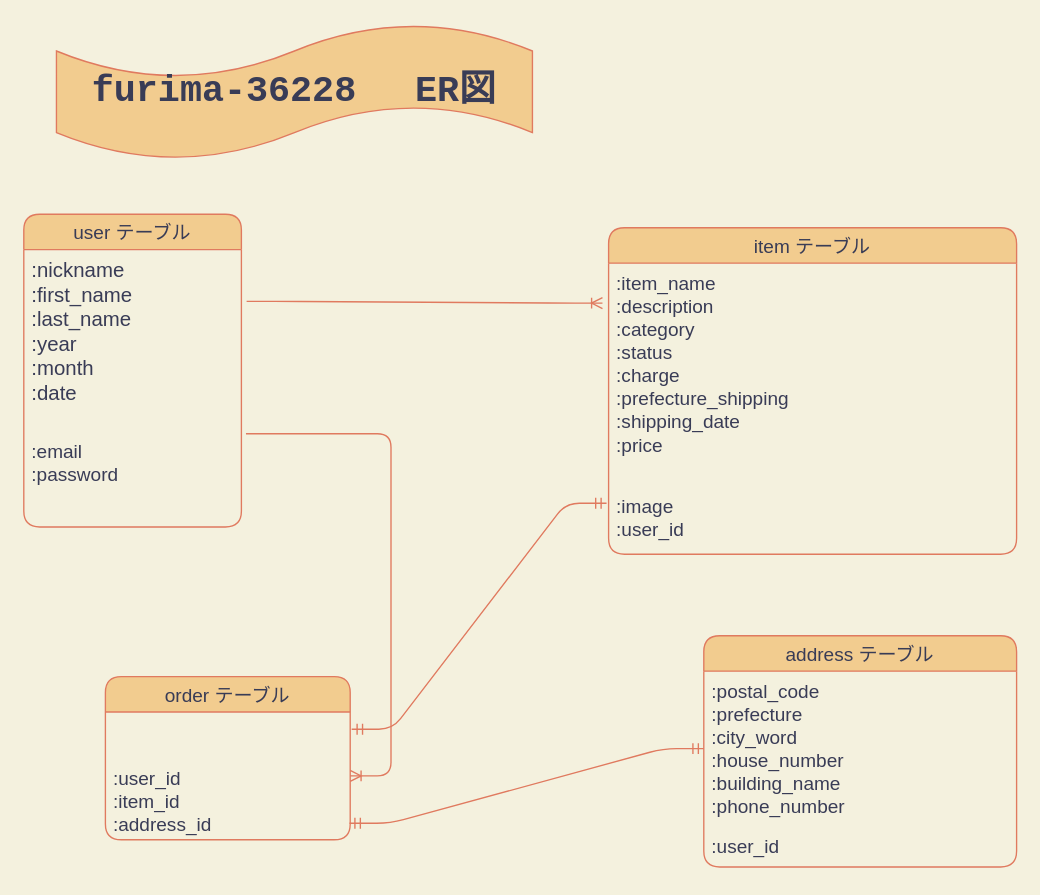
Before: taiki.dio in rubytaiki/furima-36228, a draw.io diagram. Source tidied: cells renumbered, new cells numbered last; positions are measured from the earlier drawing's top-left corner, leaving out a move shared by most shapes. Both pictures are drawn from the tidied source at 136%, with x=0, y=0 at pixel (23, 23).
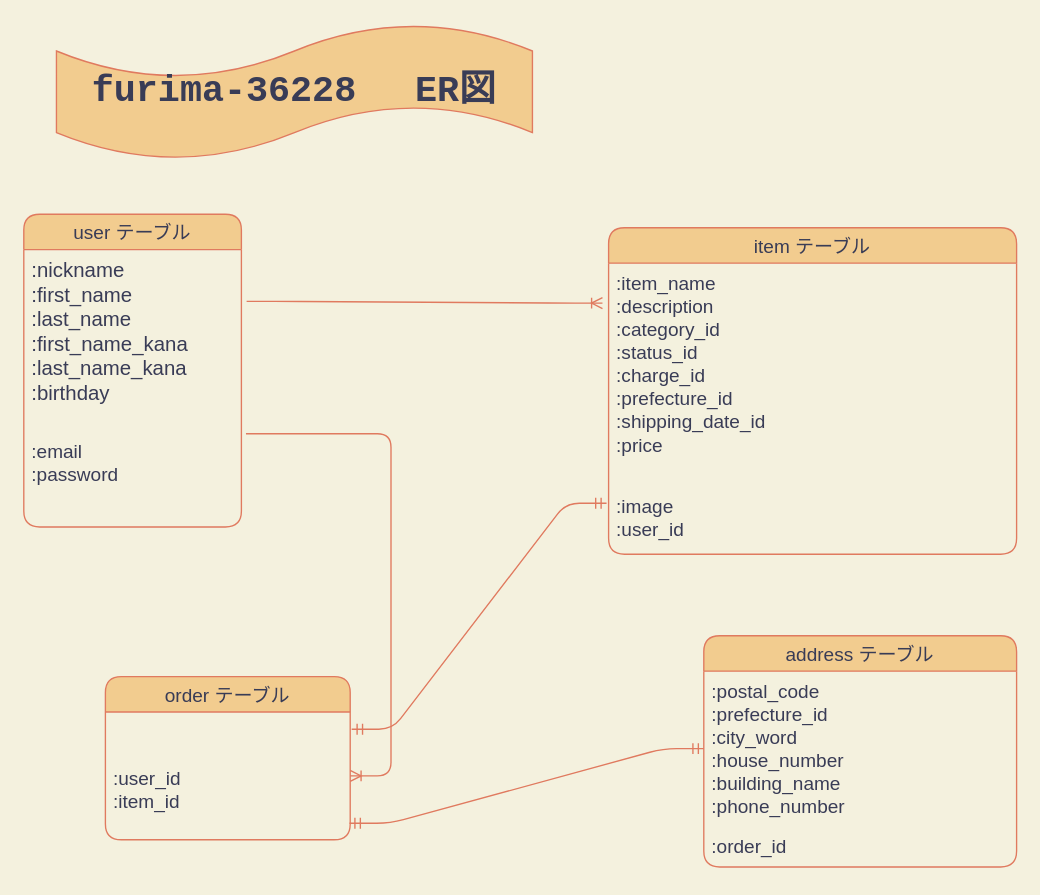
The same diagram, later.

Commit message (it also covers changes not shown here):
データベース設計　修正３

Change to the diagram source:
```diff
@@
 <mxGraphModel background="#F4F1DE">
   <root>
     <mxCell id="0" />
     <mxCell id="1" parent="0" />
     <mxCell id="2" value="user テーブル" style="swimlane;fontStyle=0;horizontal=1;startSize=26;align=center;fontSize=14;rounded=1;fillColor=#F2CC8F;strokeColor=#E07A5F;fontColor=#393C56;" parent="1" vertex="1">
       <mxGeometry y="140" width="160" height="230" as="geometry" />
     </mxCell>
-    <mxCell id="3" value=":nickname&#10;:first_name&#10;:last_name&#10;:year&#10;:month&#10;:date" style="text;strokeColor=none;fillColor=none;spacingLeft=4;spacingRight=4;overflow=hidden;points=[[0,0.5],[1,0.5]];portConstraint=eastwest;fontSize=15;fontColor=#393C56;" parent="2" vertex="1">
+    <mxCell id="3" value=":nickname&#10;:first_name&#10;:last_name&#10;:first_name_kana&#10;:last_name_kana&#10;:birthday" style="text;strokeColor=none;fillColor=none;spacingLeft=4;spacingRight=4;overflow=hidden;points=[[0,0.5],[1,0.5]];portConstraint=eastwest;fontSize=15;fontColor=#393C56;" parent="2" vertex="1">
       <mxGeometry y="26" width="160" height="204" as="geometry" />
     </mxCell>
     <mxCell id="4" value="item テーブル" style="swimlane;fontStyle=0;horizontal=1;startSize=26;align=center;fontSize=14;rounded=1;fillColor=#F2CC8F;strokeColor=#E07A5F;fontColor=#393C56;" parent="1" vertex="1">
       <mxGeometry x="430" y="150" width="300" height="240" as="geometry" />
     </mxCell>
-    <mxCell id="5" value=":item_name&#10;:description&#10;:category&#10;:status&#10;:charge&#10;:prefecture_shipping&#10;:shipping_date&#10;:price&#10;&#10;" style="text;strokeColor=none;fillColor=none;spacingLeft=4;spacingRight=4;overflow=hidden;points=[[0,0.5],[1,0.5]];portConstraint=eastwest;fontSize=14;fontColor=#393C56;" parent="4" vertex="1">
+    <mxCell id="5" value=":item_name&#10;:description&#10;:category_id&#10;:status_id&#10;:charge_id&#10;:prefecture_id&#10;:shipping_date_id&#10;:price&#10;&#10;" style="text;strokeColor=none;fillColor=none;spacingLeft=4;spacingRight=4;overflow=hidden;points=[[0,0.5],[1,0.5]];portConstraint=eastwest;fontSize=14;fontColor=#393C56;" parent="4" vertex="1">
       <mxGeometry y="26" width="300" height="164" as="geometry" />
     </mxCell>
     <mxCell id="6" value=":image&#10;:user_id" style="text;strokeColor=none;fillColor=none;spacingLeft=4;spacingRight=4;overflow=hidden;points=[[0,0.5],[1,0.5]];portConstraint=eastwest;fontSize=14;fontColor=#393C56;" parent="4" vertex="1">
       <mxGeometry y="190" width="300" height="50" as="geometry" />
     </mxCell>
     <mxCell id="7" value="order テーブル" style="swimlane;fontStyle=0;horizontal=1;startSize=26;align=center;fontSize=14;rounded=1;fillColor=#F2CC8F;strokeColor=#E07A5F;fontColor=#393C56;" parent="1" vertex="1">
       <mxGeometry x="60" y="480" width="180" height="120" as="geometry" />
     </mxCell>
-    <mxCell id="8" value="&#10;&#10;:user_id&#10;:item_id&#10;:address_id" style="text;strokeColor=none;fillColor=none;spacingLeft=4;spacingRight=4;overflow=hidden;points=[[0,0.5],[1,0.5]];portConstraint=eastwest;fontSize=14;fontColor=#393C56;" parent="7" vertex="1">
+    <mxCell id="8" value="&#10;&#10;:user_id&#10;:item_id" style="text;strokeColor=none;fillColor=none;spacingLeft=4;spacingRight=4;overflow=hidden;points=[[0,0.5],[1,0.5]];portConstraint=eastwest;fontSize=14;fontColor=#393C56;" parent="7" vertex="1">
       <mxGeometry y="26" width="180" height="94" as="geometry" />
     </mxCell>
     <mxCell id="9" value="address テーブル" style="swimlane;fontStyle=0;horizontal=1;startSize=26;align=center;fontSize=14;rounded=1;fillColor=#F2CC8F;strokeColor=#E07A5F;fontColor=#393C56;" parent="1" vertex="1">
       <mxGeometry x="500" y="450" width="230" height="170" as="geometry" />
     </mxCell>
-    <mxCell id="10" value=":postal_code&#10;:prefecture&#10;:city_word&#10;:house_number&#10;:building_name&#10;:phone_number&#10;" style="text;strokeColor=none;fillColor=none;spacingLeft=4;spacingRight=4;overflow=hidden;points=[[0,0.5],[1,0.5]];portConstraint=eastwest;fontSize=14;fontColor=#393C56;" parent="9" vertex="1">
+    <mxCell id="10" value=":postal_code&#10;:prefecture_id&#10;:city_word&#10;:house_number&#10;:building_name&#10;:phone_number&#10;" style="text;strokeColor=none;fillColor=none;spacingLeft=4;spacingRight=4;overflow=hidden;points=[[0,0.5],[1,0.5]];portConstraint=eastwest;fontSize=14;fontColor=#393C56;" parent="9" vertex="1">
       <mxGeometry y="26" width="230" height="114" as="geometry" />
     </mxCell>
-    <mxCell id="11" value=":user_id&#10;" style="text;strokeColor=none;fillColor=none;spacingLeft=4;spacingRight=4;overflow=hidden;fontSize=14;fontColor=#393C56;" parent="9" vertex="1">
+    <mxCell id="11" value=":order_id&#10;" style="text;strokeColor=none;fillColor=none;spacingLeft=4;spacingRight=4;overflow=hidden;fontSize=14;fontColor=#393C56;" parent="9" vertex="1">
       <mxGeometry y="140" width="230" height="30" as="geometry" />
     </mxCell>
     <mxCell id="12" value="&lt;h3&gt;&lt;font style=&quot;font-size: 27px&quot; face=&quot;Courier New&quot;&gt;furima-36228 　ER図&lt;/font&gt;&lt;/h3&gt;" style="shape=tape;whiteSpace=wrap;html=1;rounded=1;fillColor=#F2CC8F;strokeColor=#E07A5F;fontColor=#393C56;" parent="1" vertex="1">
       <mxGeometry x="24" width="350" height="100" as="geometry" />
     </mxCell>
     <mxCell id="13" value=":email&#10;:password&#10;" style="text;strokeColor=none;fillColor=none;spacingLeft=4;spacingRight=4;overflow=hidden;fontSize=14;fontColor=#393C56;" parent="1" vertex="1">
       <mxGeometry y="300" width="160" height="60" as="geometry" />
     </mxCell>
     <mxCell id="14" style="edgeStyle=entityRelationEdgeStyle;fontSize=12;html=1;endArrow=ERoneToMany;fontColor=#393C56;strokeColor=#E07A5F;fillColor=#F2CC8F;exitX=1.024;exitY=0.187;exitDx=0;exitDy=0;exitPerimeter=0;entryX=-0.015;entryY=0.179;entryDx=0;entryDy=0;entryPerimeter=0;" parent="1" edge="1" source="3" target="5">
       <mxGeometry relative="1" as="geometry" />
     </mxCell>
     <mxCell id="15" style="edgeStyle=entityRelationEdgeStyle;fontSize=12;html=1;endArrow=ERoneToMany;fontColor=#393C56;strokeColor=#E07A5F;fillColor=#F2CC8F;exitX=1.021;exitY=0.664;exitDx=0;exitDy=0;exitPerimeter=0;" parent="1" edge="1" source="3" target="8">
       <mxGeometry relative="1" as="geometry" />
     </mxCell>
     <mxCell id="16" style="edgeStyle=entityRelationEdgeStyle;fontSize=12;html=1;endArrow=ERmandOne;startArrow=ERmandOne;fontColor=#393C56;strokeColor=#E07A5F;fillColor=#F2CC8F;entryX=0;entryY=0.5;entryDx=0;entryDy=0;exitX=0.997;exitY=0.871;exitDx=0;exitDy=0;exitPerimeter=0;" parent="1" edge="1" source="8" target="10">
       <mxGeometry relative="1" as="geometry" />
     </mxCell>
     <mxCell id="17" style="edgeStyle=entityRelationEdgeStyle;fontSize=12;html=1;endArrow=ERmandOne;startArrow=ERmandOne;fontColor=#393C56;strokeColor=#E07A5F;fillColor=#F2CC8F;entryX=-0.005;entryY=0.251;entryDx=0;entryDy=0;entryPerimeter=0;exitX=1.006;exitY=0.135;exitDx=0;exitDy=0;exitPerimeter=0;" parent="1" edge="1" source="8" target="6">
       <mxGeometry relative="1" as="geometry" />
     </mxCell>
   </root>
 </mxGraphModel>
```
